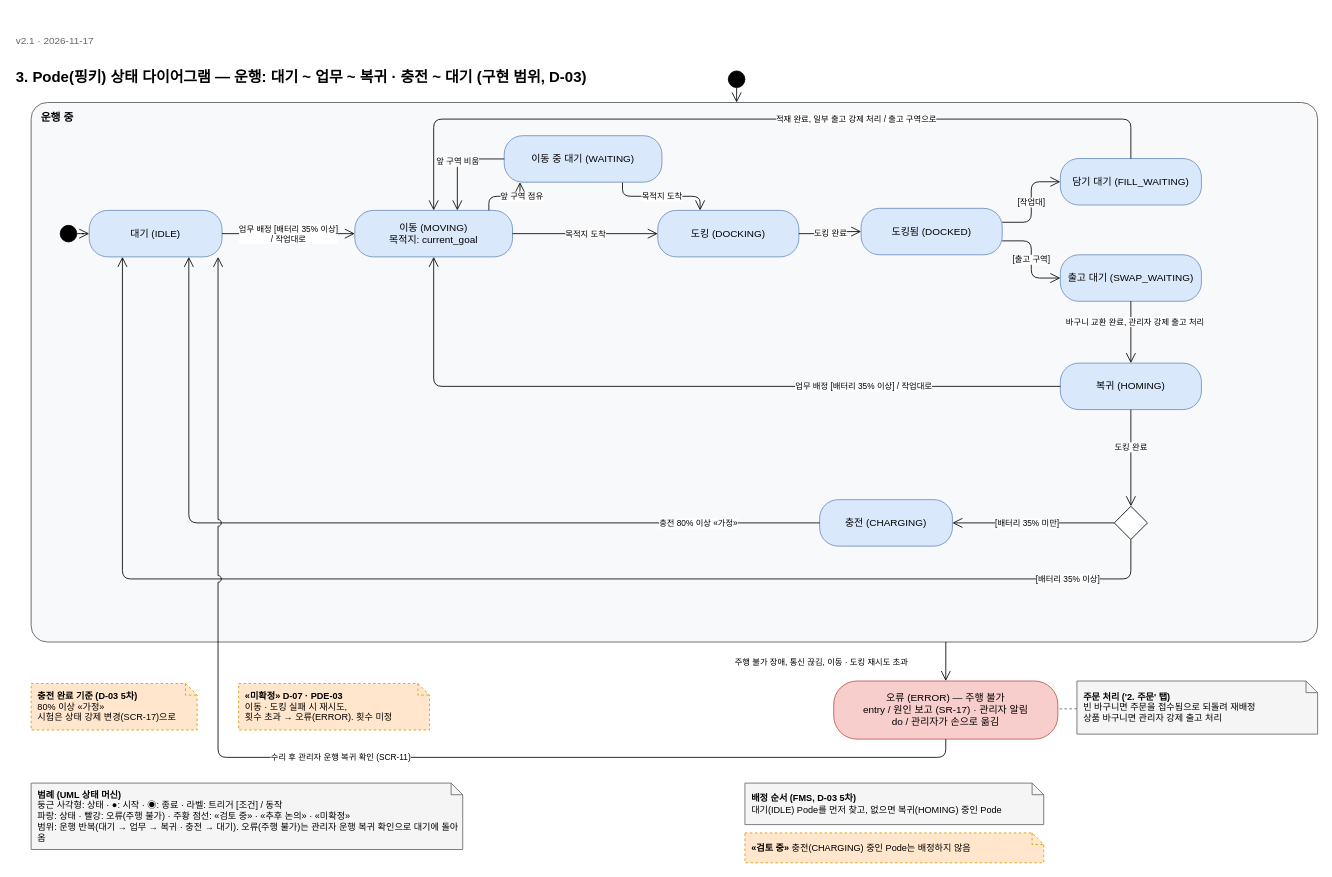
addinedu-roscamp-16th/roscamp-repo-2 keeps this draw.io diagram as page "3. Pode" (4 of 14) of design/diagrams/IFP_다이어그램.drawio. Above is the earlier version. Source tidied: cells renumbered, new cells numbered last; positions are measured from the earlier drawing's top-left corner, leaving out a move shared by most shapes. Both pictures are drawn from the tidied source at 83%, with x=0, y=0 at pixel (14, 31).
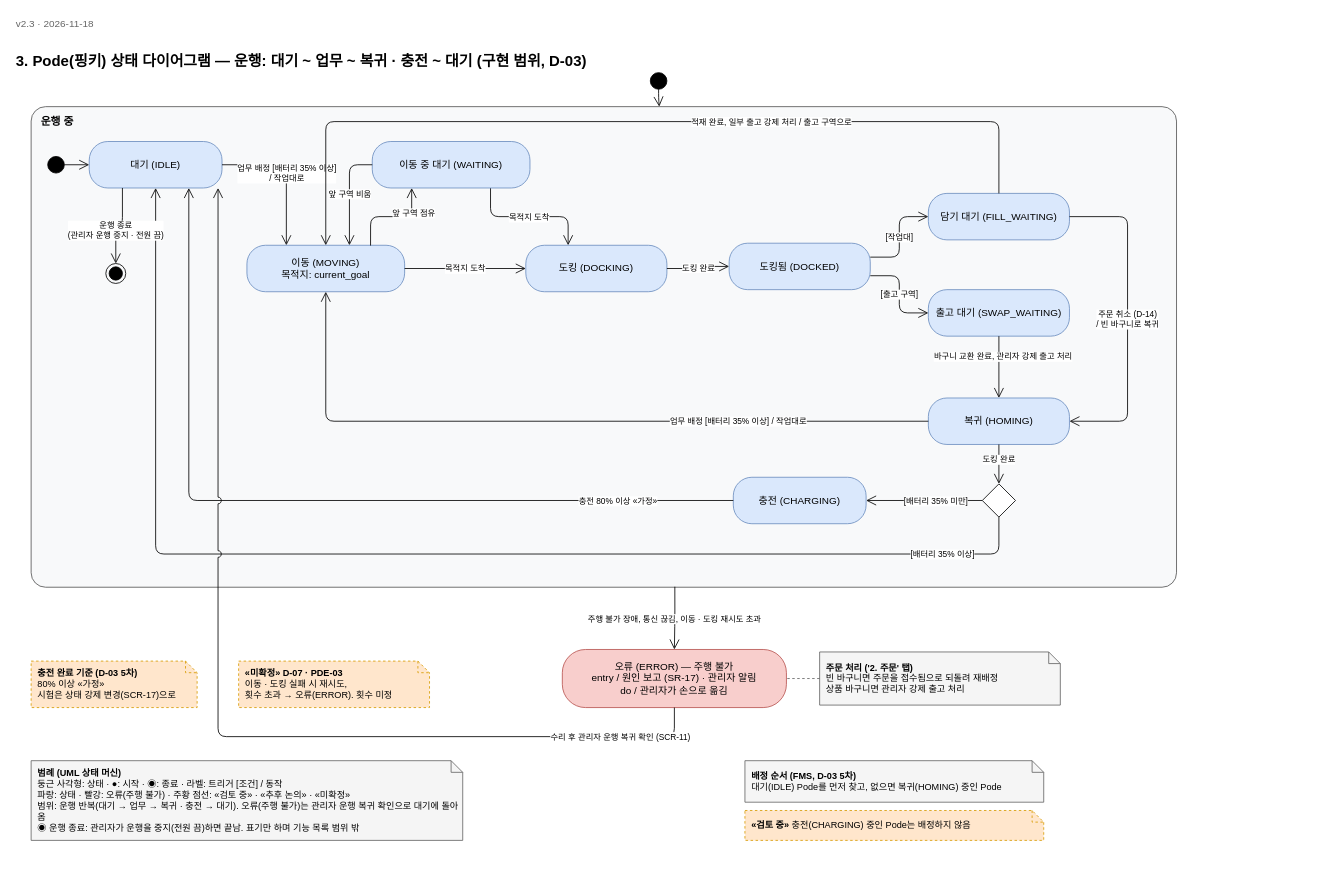
The same page after the edit.

Change to the diagram source:
```diff
@@
     <mxCell id="2" value="3. Pode(핑키) 상태 다이어그램 — 운행: 대기 ~ 업무 ~ 복귀 · 충전 ~ 대기 (구현 범위, D-03)" style="text;html=1;fontSize=18;fontStyle=1;align=left;verticalAlign=middle;" parent="1" vertex="1">
-      <mxGeometry y="36" width="1200" height="40" as="geometry" />
+      <mxGeometry y="16" width="1200" height="40" as="geometry" />
     </mxCell>
     <mxCell id="3" value="운행 중" style="rounded=1;arcSize=3;whiteSpace=wrap;html=1;verticalAlign=top;align=left;spacingLeft=10;spacingTop=4;fontStyle=1;fillColor=#f8f9fa;strokeColor=#555555;fontSize=13;" parent="1" vertex="1">
-      <mxGeometry x="20" y="86" width="1550" height="650" as="geometry" />
+      <mxGeometry x="20" y="91" width="1380" height="579" as="geometry" />
     </mxCell>
     <mxCell id="4" style="ellipse;html=1;fillColor=#000000;strokeColor=#000000;" parent="1" vertex="1">
-      <mxGeometry x="860" y="48" width="20" height="20" as="geometry" />
+      <mxGeometry x="766" y="50" width="20" height="20" as="geometry" />
     </mxCell>
@@
     <mxCell id="6" style="ellipse;html=1;fillColor=#000000;strokeColor=#000000;" parent="1" vertex="1">
-      <mxGeometry x="55" y="234" width="20" height="20" as="geometry" />
+      <mxGeometry x="40" y="151" width="20" height="20" as="geometry" />
     </mxCell>
     <mxCell id="7" value="대기 (IDLE)" style="rounded=1;arcSize=40;whiteSpace=wrap;html=1;fillColor=#dae8fc;strokeColor=#6c8ebf;fontSize=12;" parent="1" vertex="1">
-      <mxGeometry x="90" y="216" width="160" height="56" as="geometry" />
+      <mxGeometry x="90" y="133" width="160" height="56" as="geometry" />
     </mxCell>
     <mxCell id="8" value="이동 (MOVING)&lt;br&gt;목적지: current_goal" style="rounded=1;arcSize=40;whiteSpace=wrap;html=1;fillColor=#dae8fc;strokeColor=#6c8ebf;fontSize=12;" parent="1" vertex="1">
-      <mxGeometry x="410" y="216" width="190" height="56" as="geometry" />
+      <mxGeometry x="280" y="258" width="190" height="56" as="geometry" />
     </mxCell>
     <mxCell id="9" value="복귀 (HOMING)" style="rounded=1;arcSize=40;whiteSpace=wrap;html=1;fillColor=#dae8fc;strokeColor=#6c8ebf;fontSize=12;" parent="1" vertex="1">
-      <mxGeometry x="1260" y="400" width="170" height="56" as="geometry" />
+      <mxGeometry x="1101" y="442" width="170" height="56" as="geometry" />
     </mxCell>
     <mxCell id="10" value="도킹 (DOCKING)" style="rounded=1;arcSize=40;whiteSpace=wrap;html=1;fillColor=#dae8fc;strokeColor=#6c8ebf;fontSize=12;" parent="1" vertex="1">
-      <mxGeometry x="775" y="216" width="170" height="56" as="geometry" />
+      <mxGeometry x="616" y="258" width="170" height="56" as="geometry" />
     </mxCell>
     <mxCell id="11" value="도킹됨 (DOCKED)" style="rounded=1;arcSize=40;whiteSpace=wrap;html=1;fillColor=#dae8fc;strokeColor=#6c8ebf;fontSize=12;" parent="1" vertex="1">
-      <mxGeometry x="1020" y="213.5" width="170" height="56" as="geometry" />
+      <mxGeometry x="861" y="255.5" width="170" height="56" as="geometry" />
     </mxCell>
     <mxCell id="12" value="담기 대기 (FILL_WAITING)" style="rounded=1;arcSize=40;whiteSpace=wrap;html=1;fillColor=#dae8fc;strokeColor=#6c8ebf;fontSize=12;" parent="1" vertex="1">
-      <mxGeometry x="1260" y="153.5" width="170" height="56" as="geometry" />
+      <mxGeometry x="1101" y="195.5" width="170" height="56" as="geometry" />
     </mxCell>
     <mxCell id="13" value="출고 대기 (SWAP_WAITING)" style="rounded=1;arcSize=40;whiteSpace=wrap;html=1;fillColor=#dae8fc;strokeColor=#6c8ebf;fontSize=12;" parent="1" vertex="1">
-      <mxGeometry x="1260" y="269.5" width="170" height="56" as="geometry" />
+      <mxGeometry x="1101" y="311.5" width="170" height="56" as="geometry" />
     </mxCell>
-    <mxCell id="14" style="edgeStyle=orthogonalEdgeStyle;rounded=1;html=1;endArrow=open;endSize=10;fontSize=10;labelBackgroundColor=#ffffff;" parent="1" edge="1" source="6" target="7">
+    <mxCell id="14" style="edgeStyle=orthogonalEdgeStyle;rounded=1;html=1;endArrow=open;endSize=10;fontSize=10;labelBackgroundColor=#ffffff;entryX=0;entryY=0.5;entryDx=0;entryDy=0;" parent="1" edge="1" source="6" target="7">
       <mxGeometry relative="1" as="geometry" />
     </mxCell>
-    <mxCell id="15" value="업무 배정 [배터리 35% 이상]&lt;br&gt;/ 작업대로" style="edgeStyle=orthogonalEdgeStyle;rounded=1;html=1;endArrow=open;endSize=10;fontSize=10;labelBackgroundColor=#ffffff;" parent="1" edge="1" source="7" target="8">
+    <mxCell id="15" value="업무 배정 [배터리 35% 이상]&lt;br&gt;/ 작업대로" style="edgeStyle=orthogonalEdgeStyle;rounded=1;html=1;endArrow=open;endSize=10;fontSize=10;labelBackgroundColor=#ffffff;entryX=0.25;entryY=0;entryDx=0;entryDy=0;" parent="1" edge="1" source="7" target="8">
       <mxGeometry relative="1" as="geometry" />
     </mxCell>
@@
     <mxCell id="20" value="적재 완료, 일부 출고 강제 처리 / 출고 구역으로" style="edgeStyle=orthogonalEdgeStyle;rounded=1;html=1;endArrow=open;endSize=10;fontSize=10;labelBackgroundColor=#ffffff;exitX=0.5;exitY=0;exitDx=0;exitDy=0;entryX=0.5;entryY=0;entryDx=0;entryDy=0;" parent="1" edge="1" source="12" target="8">
-      <mxGeometry x="-0.24" relative="1" as="geometry">
+      <mxGeometry x="-0.31" relative="1" as="geometry">
         <Array as="points">
-          <mxPoint x="1345" y="106" />
-          <mxPoint x="505" y="106" />
+          <mxPoint x="1186" y="109" />
+          <mxPoint x="375" y="109" />
         </Array>
       </mxGeometry>
     </mxCell>
-    <mxCell id="21" value="[배터리 35% 이상]" style="edgeStyle=orthogonalEdgeStyle;rounded=1;html=1;endArrow=open;endSize=10;fontSize=10;labelBackgroundColor=#ffffff;entryX=0.25;entryY=1;entryDx=0;entryDy=0;exitX=0.5;exitY=1;exitDx=0;exitDy=0;" parent="1" edge="1" source="36" target="7">
+    <mxCell id="21" value="[배터리 35% 이상]" style="edgeStyle=orthogonalEdgeStyle;rounded=1;html=1;endArrow=open;endSize=10;fontSize=10;labelBackgroundColor=#ffffff;entryX=0.5;entryY=1;entryDx=0;entryDy=0;exitX=0.5;exitY=1;exitDx=0;exitDy=0;" parent="1" edge="1" source="36" target="7">
       <mxGeometry x="-0.85" relative="1" as="geometry">
         <Array as="points">
-          <mxPoint x="1345" y="660" />
-          <mxPoint x="130" y="660" />
+          <mxPoint x="1186" y="630" />
+          <mxPoint x="170" y="630" />
         </Array>
       </mxGeometry>
     </mxCell>
     <mxCell id="22" value="&lt;b&gt;주문 처리 ('2. 주문' 탭)&lt;/b&gt;&lt;br&gt;빈 바구니면 주문을 접수됨으로 되돌려 재배정&lt;br&gt;상품 바구니면 관리자 강제 출고 처리" style="shape=note;size=14;whiteSpace=wrap;html=1;fillColor=#f5f5f5;strokeColor=#666666;fontSize=11;align=left;spacingLeft=6;" parent="1" vertex="1">
-      <mxGeometry x="1280" y="783" width="290" height="64" as="geometry" />
+      <mxGeometry x="970" y="748" width="290" height="64" as="geometry" />
     </mxCell>
@@
     <mxCell id="24" value="&lt;b&gt;«미확정» D-07 · PDE-03&lt;/b&gt;&lt;br&gt;이동 · 도킹 실패 시 재시도,&lt;br&gt;횟수 초과 → 오류(ERROR). 횟수 미정" style="shape=note;size=14;whiteSpace=wrap;html=1;dashed=1;fillColor=#ffe6cc;strokeColor=#d79b00;fontSize=11;align=left;spacingLeft=6;" parent="1" vertex="1">
-      <mxGeometry x="270" y="786" width="230" height="56" as="geometry" />
+      <mxGeometry x="270" y="759" width="230" height="56" as="geometry" />
     </mxCell>
     <mxCell id="25" value="&lt;b&gt;충전 완료 기준 (D-03 5차)&lt;/b&gt;&lt;br&gt;80% 이상 «가정»&lt;br&gt;시험은 상태 강제 변경(SCR-17)으로" style="shape=note;size=14;whiteSpace=wrap;html=1;dashed=1;fillColor=#ffe6cc;strokeColor=#d79b00;fontSize=11;align=left;spacingLeft=6;" parent="1" vertex="1">
-      <mxGeometry x="20" y="786" width="200" height="56" as="geometry" />
+      <mxGeometry x="20" y="759" width="200" height="56" as="geometry" />
     </mxCell>
-    <mxCell id="26" value="&lt;b&gt;범례 (UML 상태 머신)&lt;/b&gt;&lt;br&gt;둥근 사각형: 상태 · ●: 시작 · ◉: 종료 · 라벨: 트리거 [조건] / 동작&lt;br&gt;파랑: 상태 · 빨강: 오류(주행 불가) · 주황 점선: «검토 중» · «추후 논의» · «미확정»&lt;br&gt;범위: 운행 반복(대기 → 업무 → 복귀 · 충전 → 대기). 오류(주행 불가)는 관리자 운행 복귀 확인으로 대기에 돌아옴" style="shape=note;size=14;whiteSpace=wrap;html=1;fillColor=#f5f5f5;strokeColor=#666666;fontSize=11;align=left;spacingLeft=6;" parent="1" vertex="1">
-      <mxGeometry x="20" y="906" width="520" height="80" as="geometry" />
+    <mxCell id="26" value="&lt;b&gt;범례 (UML 상태 머신)&lt;/b&gt;&lt;br&gt;둥근 사각형: 상태 · ●: 시작 · ◉: 종료 · 라벨: 트리거 [조건] / 동작&lt;br&gt;파랑: 상태 · 빨강: 오류(주행 불가) · 주황 점선: «검토 중» · «추후 논의» · «미확정»&lt;br&gt;범위: 운행 반복(대기 → 업무 → 복귀 · 충전 → 대기). 오류(주행 불가)는 관리자 운행 복귀 확인으로 대기에 돌아옴&lt;br&gt;◉ 운행 종료: 관리자가 운행을 중지(전원 끔)하면 끝남. 표기만 하며 기능 목록 범위 밖" style="shape=note;size=14;whiteSpace=wrap;html=1;fillColor=#f5f5f5;strokeColor=#666666;fontSize=11;align=left;spacingLeft=6;" parent="1" vertex="1">
+      <mxGeometry x="20" y="879" width="520" height="96" as="geometry" />
     </mxCell>
-    <mxCell id="27" value="앞 구역 점유" style="edgeStyle=orthogonalEdgeStyle;rounded=1;html=1;endArrow=open;endSize=10;fontSize=10;labelBackgroundColor=#ffffff;exitX=0.85;exitY=0;exitDx=0;exitDy=0;entryX=0.1;entryY=1;entryDx=0;entryDy=0;" parent="1" edge="1" source="8" target="28">
-      <mxGeometry x="0.55" y="-2" relative="1" as="geometry" />
+    <mxCell id="27" value="앞 구역 점유" style="edgeStyle=orthogonalEdgeStyle;rounded=1;html=1;endArrow=open;endSize=10;fontSize=10;labelBackgroundColor=#ffffff;exitX=0.784;exitY=0.006;exitDx=0;exitDy=0;entryX=0.25;entryY=1;entryDx=0;entryDy=0;exitPerimeter=0;" parent="1" edge="1" source="8" target="28">
+      <mxGeometry x="0.5" y="-2" relative="1" as="geometry" />
     </mxCell>
     <mxCell id="28" value="이동 중 대기 (WAITING)" style="rounded=1;arcSize=40;whiteSpace=wrap;html=1;fillColor=#dae8fc;strokeColor=#6c8ebf;fontSize=12;" parent="1" vertex="1">
-      <mxGeometry x="590" y="126" width="190" height="56" as="geometry" />
+      <mxGeometry x="431" y="133" width="190" height="56" as="geometry" />
     </mxCell>
@@
     <mxCell id="30" value="&lt;b&gt;배정 순서 (FMS, D-03 5차)&lt;/b&gt;&lt;br&gt;대기(IDLE) Pode를 먼저 찾고, 없으면 복귀(HOMING) 중인 Pode" style="shape=note;size=14;whiteSpace=wrap;html=1;fillColor=#f5f5f5;strokeColor=#666666;fontSize=11;align=left;spacingLeft=6;" parent="1" vertex="1">
-      <mxGeometry x="880" y="906" width="360" height="50" as="geometry" />
+      <mxGeometry x="880" y="879" width="360" height="50" as="geometry" />
     </mxCell>
     <mxCell id="31" value="&lt;b&gt;«검토 중»&lt;/b&gt; 충전(CHARGING) 중인 Pode는 배정하지 않음" style="shape=note;size=14;whiteSpace=wrap;html=1;dashed=1;fillColor=#ffe6cc;strokeColor=#d79b00;fontSize=11;align=left;spacingLeft=6;" parent="1" vertex="1">
-      <mxGeometry x="880" y="966" width="360" height="36" as="geometry" />
+      <mxGeometry x="880" y="939" width="360" height="36" as="geometry" />
     </mxCell>
-    <mxCell id="32" value="v2.1 · 2026-11-17" style="text;html=1;fontSize=12;fontColor=#666666;align=left;verticalAlign=middle;" parent="1" vertex="1">
-      <mxGeometry width="200" height="24" as="geometry" />
+    <mxCell id="32" value="v2.3 · 2026-11-18" style="text;html=1;fontSize=12;fontColor=#666666;align=left;verticalAlign=middle;" parent="1" vertex="1">
+      <mxGeometry y="-20" width="200" height="24" as="geometry" />
     </mxCell>
@@
     <mxCell id="34" value="충전 (CHARGING)" style="rounded=1;arcSize=40;whiteSpace=wrap;html=1;fillColor=#dae8fc;strokeColor=#6c8ebf;fontSize=12;" parent="1" vertex="1">
-      <mxGeometry x="970" y="564.5" width="160" height="56" as="geometry" />
+      <mxGeometry x="866" y="537.5" width="160" height="56" as="geometry" />
     </mxCell>
@@
     <mxCell id="36" style="rhombus;html=1;fillColor=#ffffff;strokeColor=#000000;" parent="1" vertex="1">
-      <mxGeometry x="1325" y="572.5" width="40" height="40" as="geometry" />
+      <mxGeometry x="1166" y="545.5" width="40" height="40" as="geometry" />
     </mxCell>
     <mxCell id="37" value="[배터리 35% 미만]" style="edgeStyle=orthogonalEdgeStyle;rounded=1;html=1;endArrow=open;endSize=10;fontSize=10;labelBackgroundColor=#ffffff;exitX=0;exitY=0.5;exitDx=0;exitDy=0;" parent="1" edge="1" source="36" target="34">
-      <mxGeometry x="0.08" relative="1" as="geometry" />
+      <mxGeometry x="-0.2" relative="1" as="geometry" />
     </mxCell>
@@
     <mxCell id="39" value="오류 (ERROR) — 주행 불가&lt;br&gt;entry / 원인 보고 (SR-17) · 관리자 알림&lt;br&gt;do / 관리자가 손으로 옮김" style="rounded=1;arcSize=40;whiteSpace=wrap;html=1;fillColor=#f8cecc;strokeColor=#b85450;fontSize=12;" parent="1" vertex="1">
-      <mxGeometry x="987" y="783" width="270" height="70" as="geometry" />
+      <mxGeometry x="660" y="745" width="270" height="70" as="geometry" />
     </mxCell>
-    <mxCell id="40" value="주행 불가 장애, 통신 끊김, 이동 · 도킹 재시도 초과" style="edgeStyle=orthogonalEdgeStyle;rounded=1;html=1;endArrow=open;endSize=10;fontSize=10;labelBackgroundColor=#ffffff;exitX=0.711;exitY=1;exitDx=0;exitDy=0;entryX=0.5;entryY=0;entryDx=0;entryDy=0;" parent="1" edge="1" source="3" target="39">
-      <mxGeometry relative="1" as="geometry">
-        <mxPoint x="-150" as="offset" />
-      </mxGeometry>
+    <mxCell id="40" value="주행 불가 장애, 통신 끊김, 이동 · 도킹 재시도 초과" style="edgeStyle=orthogonalEdgeStyle;rounded=1;html=1;endArrow=open;endSize=10;fontSize=10;labelBackgroundColor=#ffffff;exitX=0.562;exitY=0.999;exitDx=0;exitDy=0;entryX=0.5;entryY=0;entryDx=0;entryDy=0;exitPerimeter=0;" parent="1" edge="1" source="3" target="39">
+      <mxGeometry x="0.02" relative="1" as="geometry" />
     </mxCell>
-    <mxCell id="41" value="수리 후 관리자 운행 복귀 확인 (SCR-11)" style="edgeStyle=orthogonalEdgeStyle;rounded=1;html=1;endArrow=open;endSize=10;fontSize=10;labelBackgroundColor=#ffffff;jumpStyle=arc;jumpSize=8;exitX=0.5;exitY=1;exitDx=0;exitDy=0;entryX=0.97;entryY=1;entryDx=0;entryDy=0;" parent="1" edge="1" source="39" target="7">
-      <mxGeometry relative="1" as="geometry">
+    <mxCell id="41" value="수리 후 관리자 운행 복귀 확인 (SCR-11)" style="edgeStyle=orthogonalEdgeStyle;rounded=1;html=1;endArrow=open;endSize=10;fontSize=10;labelBackgroundColor=#ffffff;jumpStyle=arc;jumpSize=8;exitX=0.5;exitY=1;exitDx=0;exitDy=0;" parent="1" edge="1" source="39" target="7">
+      <mxGeometry x="-0.84" relative="1" as="geometry">
         <Array as="points">
-          <mxPoint x="1122" y="875" />
-          <mxPoint x="245.2" y="875" />
+          <mxPoint x="795" y="850" />
+          <mxPoint x="245.2" y="850" />
         </Array>
       </mxGeometry>
     </mxCell>
@@
+    <mxCell id="44" style="ellipse;shape=endState;html=1;fillColor=#000000;strokeColor=#000000;" parent="1" vertex="1">
+      <mxGeometry x="110" y="280" width="24" height="24" as="geometry" />
+    </mxCell>
+    <mxCell id="45" value="운행 종료&lt;br&gt;(관리자 운행 중지 · 전원 끔)" style="edgeStyle=orthogonalEdgeStyle;rounded=1;html=1;endArrow=open;endSize=10;fontSize=10;labelBackgroundColor=#ffffff;exitX=0.25;exitY=1;exitDx=0;exitDy=0;entryX=0.5;entryY=0;entryDx=0;entryDy=0;" parent="1" edge="1" source="7" target="44">
+      <mxGeometry x="0.19" relative="1" as="geometry" />
+    </mxCell>
+    <mxCell id="46" value="주문 취소 (D-14)&lt;br&gt;/ 빈 바구니로 복귀" style="edgeStyle=orthogonalEdgeStyle;rounded=1;html=1;endArrow=open;endSize=10;fontSize=10;labelBackgroundColor=#ffffff;exitX=1;exitY=0.5;exitDx=0;exitDy=0;entryX=1;entryY=0.5;entryDx=0;entryDy=0;" parent="1" edge="1" source="12" target="9">
+      <mxGeometry relative="1" as="geometry">
+        <Array as="points">
+          <mxPoint x="1341" y="223.5" />
+          <mxPoint x="1341" y="470" />
+        </Array>
+      </mxGeometry>
+    </mxCell>
```
